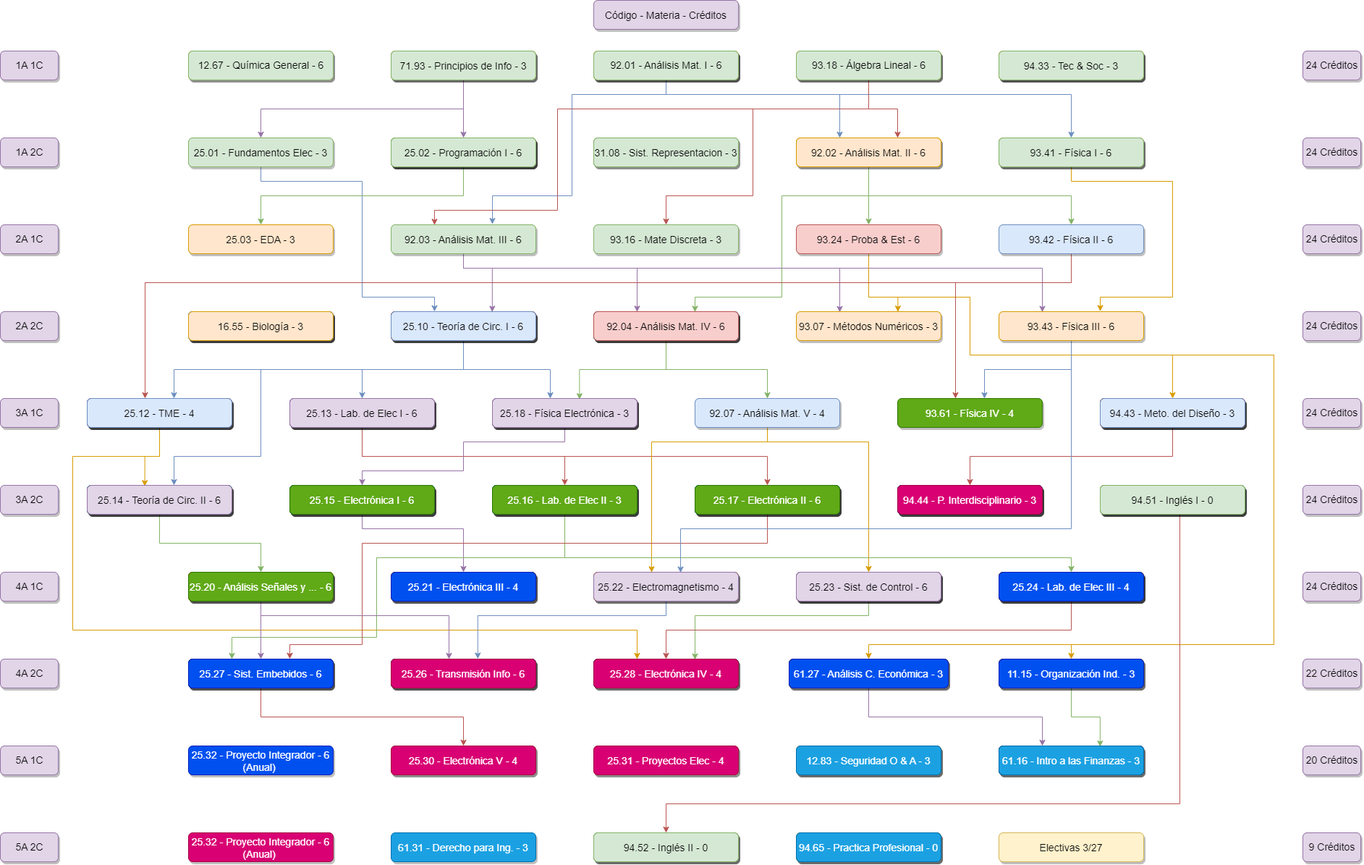
The draw.io diagram K22.drawio.png in juanipla/K22, before a commit. Source tidied: cells renumbered, new cells last; positions are measured from the earlier drawing's top-left corner, leaving out a move shared by most shapes.
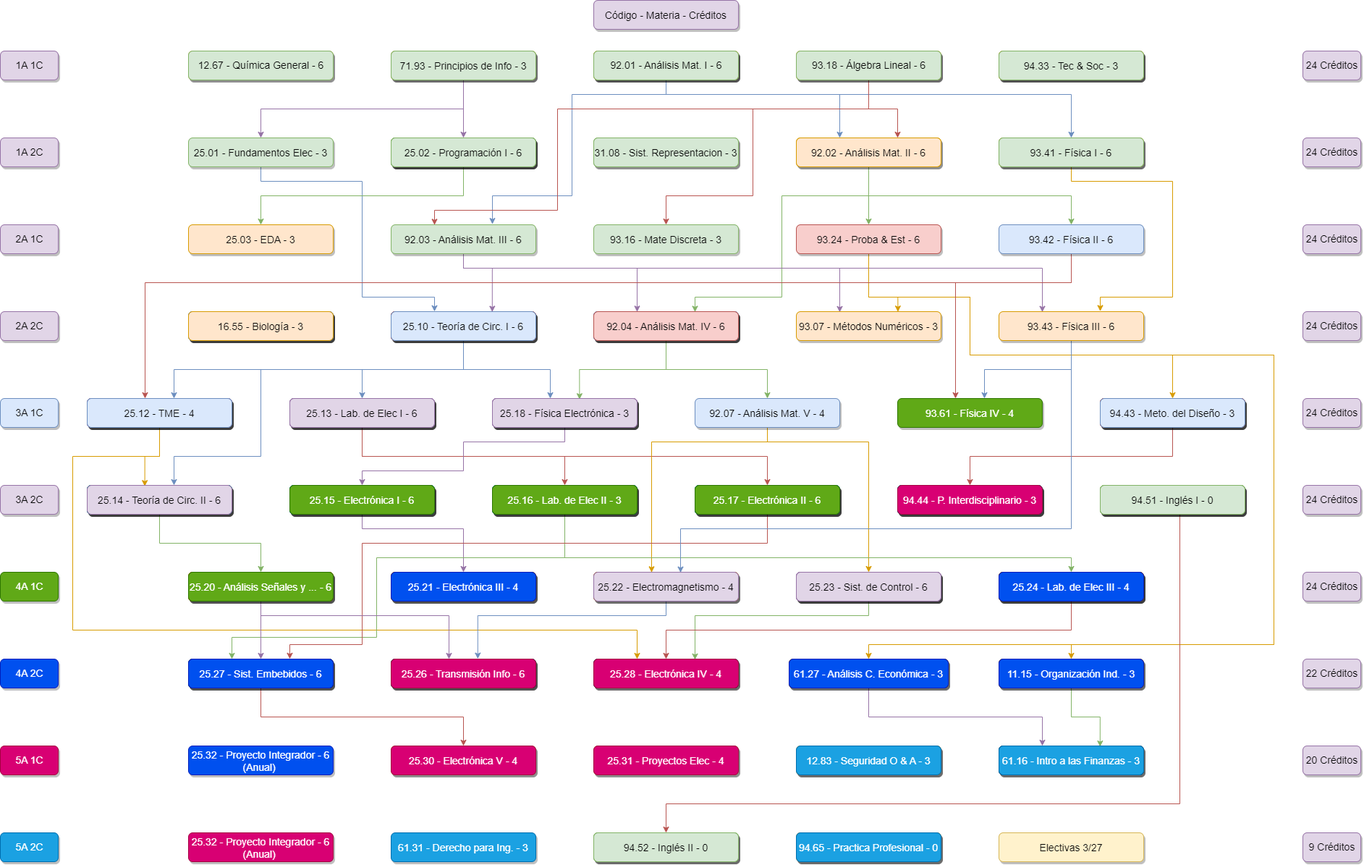
After the commit.

The edit, as a diff of the source:
```diff
@@ -271,22 +271,22 @@
     <mxCell id="45" value="2A 2C" style="rounded=1;fillColor=#e1d5e7;strokeColor=#9673a6;shadow=1;fontStyle=0;fontSize=14;labelBorderColor=none;labelBackgroundColor=none;html=1;" parent="1" vertex="1">
       <mxGeometry y="430" width="80" height="40" as="geometry" />
     </mxCell>
-    <mxCell id="46" value="3A 1C" style="rounded=1;fillColor=#e1d5e7;strokeColor=#9673a6;shadow=1;fontStyle=0;fontSize=14;labelBorderColor=none;labelBackgroundColor=none;html=1;" parent="1" vertex="1">
+    <mxCell id="46" value="3A 1C" style="rounded=1;fillColor=#dae8fc;strokeColor=#6c8ebf;shadow=1;fontStyle=0;fontSize=14;labelBorderColor=none;labelBackgroundColor=none;html=1;" parent="1" vertex="1">
       <mxGeometry y="550" width="80" height="40" as="geometry" />
     </mxCell>
     <mxCell id="47" value="3A 2C" style="rounded=1;fillColor=#e1d5e7;strokeColor=#9673a6;shadow=1;fontStyle=0;fontSize=14;labelBorderColor=none;labelBackgroundColor=none;html=1;" parent="1" vertex="1">
       <mxGeometry y="670" width="80" height="40" as="geometry" />
     </mxCell>
-    <mxCell id="48" value="4A 1C" style="rounded=1;fillColor=#e1d5e7;strokeColor=#9673a6;shadow=1;fontStyle=0;fontSize=14;labelBorderColor=none;labelBackgroundColor=none;html=1;" parent="1" vertex="1">
+    <mxCell id="48" value="4A 1C" style="rounded=1;fillColor=#60a917;strokeColor=#2D7600;shadow=1;fontStyle=0;fontSize=14;labelBorderColor=none;labelBackgroundColor=none;html=1;fontColor=#ffffff;" parent="1" vertex="1">
       <mxGeometry y="790" width="80" height="40" as="geometry" />
     </mxCell>
-    <mxCell id="49" value="4A 2C" style="rounded=1;fillColor=#e1d5e7;strokeColor=#9673a6;shadow=1;fontStyle=0;fontSize=14;labelBorderColor=none;labelBackgroundColor=none;html=1;" parent="1" vertex="1">
+    <mxCell id="49" value="4A 2C" style="rounded=1;fillColor=#0050ef;strokeColor=#001DBC;shadow=1;fontStyle=0;fontSize=14;labelBorderColor=none;labelBackgroundColor=none;html=1;fontColor=#ffffff;" parent="1" vertex="1">
       <mxGeometry y="910" width="80" height="40" as="geometry" />
     </mxCell>
-    <mxCell id="50" value="5A 1C" style="rounded=1;fillColor=#e1d5e7;strokeColor=#9673a6;shadow=1;fontStyle=0;fontSize=14;labelBorderColor=none;labelBackgroundColor=none;html=1;" parent="1" vertex="1">
+    <mxCell id="50" value="5A 1C" style="rounded=1;fillColor=#d80073;strokeColor=#A50040;shadow=1;fontStyle=0;fontSize=14;labelBorderColor=none;labelBackgroundColor=none;html=1;fontColor=#ffffff;" parent="1" vertex="1">
       <mxGeometry y="1030" width="80" height="40" as="geometry" />
     </mxCell>
-    <mxCell id="51" value="5A 2C" style="rounded=1;fillColor=#e1d5e7;strokeColor=#9673a6;shadow=1;fontStyle=0;fontSize=14;labelBorderColor=none;labelBackgroundColor=none;html=1;" parent="1" vertex="1">
+    <mxCell id="51" value="5A 2C" style="rounded=1;fillColor=#1ba1e2;strokeColor=#006EAF;shadow=1;fontStyle=0;fontSize=14;labelBorderColor=none;labelBackgroundColor=none;html=1;fontColor=#ffffff;" parent="1" vertex="1">
       <mxGeometry y="1150" width="80" height="40" as="geometry" />
     </mxCell>
     <mxCell id="52" style="edgeStyle=orthogonalEdgeStyle;rounded=0;jumpStyle=none;jettySize=auto;html=1;entryX=0.398;entryY=0.032;entryDx=0;entryDy=0;entryPerimeter=0;fillColor=#ffe6cc;strokeColor=#d79b00;" parent="1" edge="1" source="54" target="67">
```
